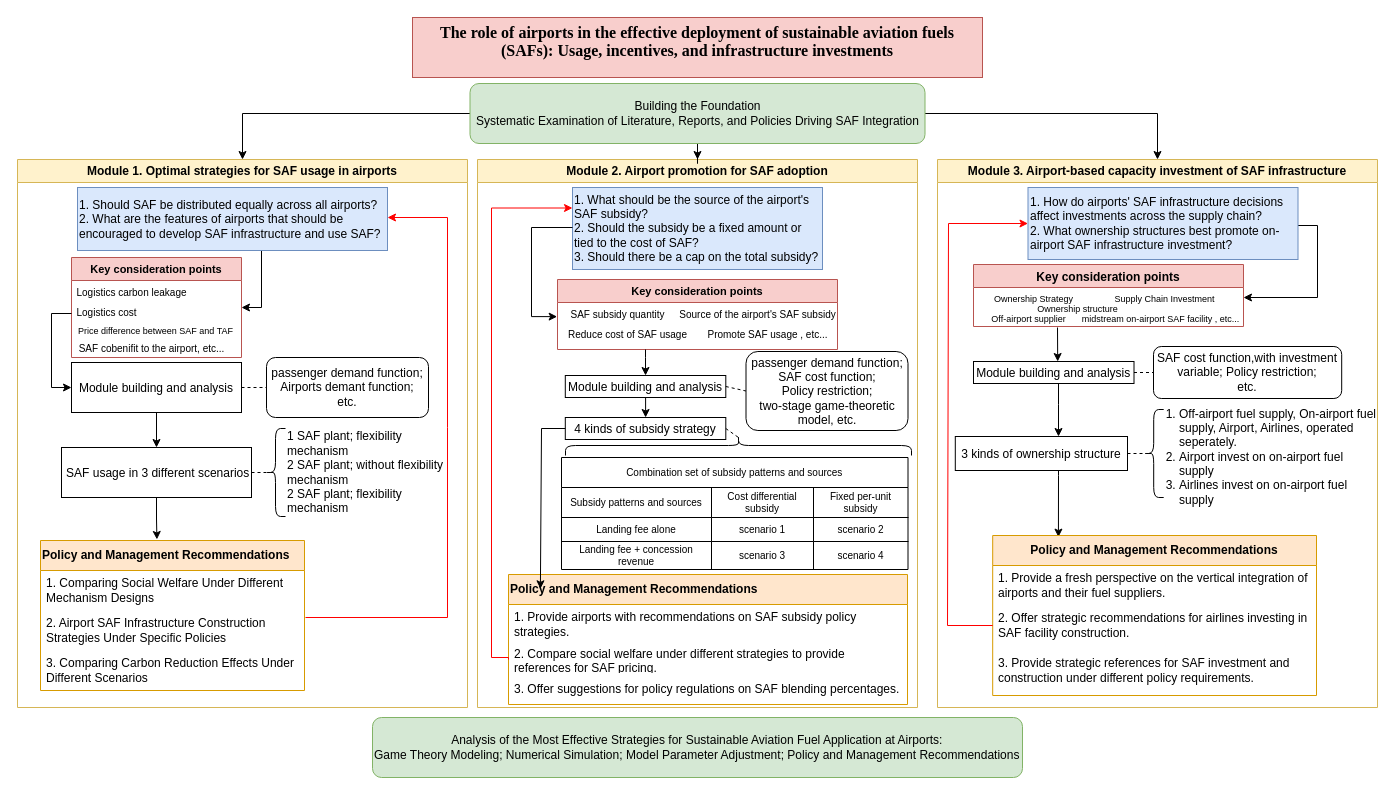
This is 技术路线图.drawio from HengfeiMa95/paper-reading, a draw.io file, before an edit. Source tidied: cells renumbered, new cells numbered last; positions are measured from the earlier drawing's top-left corner, leaving out a move shared by most shapes. Both pictures are drawn from the tidied source at 100%, with x=0, y=0 at pixel (17, 17).
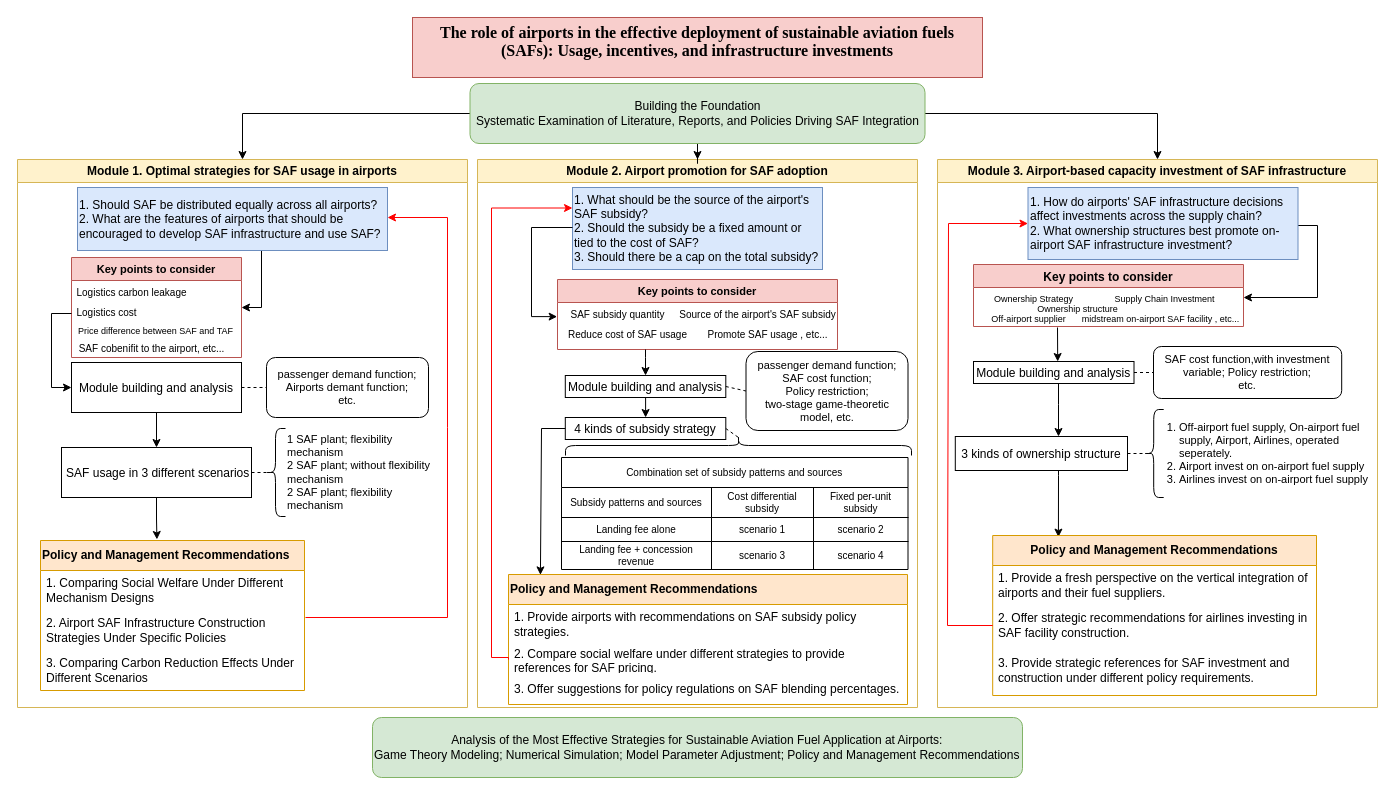
The same diagram, later.

Commit message (it also covers changes not shown here):
Update 技术路线图.drawio

Unchanged cells that the change refers to:
```xml
<mxCell id="2" value="Module 1. Optimal strategies for SAF usage in airports" style="swimlane;whiteSpace=wrap;fillColor=#fff2cc;strokeColor=#d6b656;" parent="1" vertex="1">
  <mxGeometry y="142" width="450" height="548" as="geometry" />
</mxCell>
<mxCell id="25" value="Module 2. Airport promotion for SAF adoption" style="swimlane;whiteSpace=wrap;fillColor=#fff2cc;strokeColor=#d6b656;" parent="1" vertex="1">
  <mxGeometry x="460" y="142" width="440" height="548" as="geometry" />
</mxCell>
<mxCell id="29" value="4 kinds of subsidy strategy" parent="25" vertex="1">
  <mxGeometry x="87.8" y="258" width="160.5" height="22" as="geometry" />
</mxCell>
<mxCell id="47" value="&lt;span style=&quot;font-weight: 700; text-align: -webkit-center;&quot;&gt;Policy and Management Recommendations&lt;/span&gt;" style="swimlane;fontStyle=0;horizontal=1;startSize=30;whiteSpace=wrap;html=1;align=left;verticalAlign=middle;fontFamily=Helvetica;fontSize=12;fillColor=#ffe6cc;strokeColor=#d79b00;" parent="25" vertex="1">
  <mxGeometry x="31" y="415" width="399" height="130" as="geometry" />
</mxCell>
<mxCell id="60" value="Module 3. Airport-based capacity investment of SAF infrastructure" style="swimlane;whiteSpace=wrap;fillColor=#fff2cc;strokeColor=#d6b656;" parent="1" vertex="1">
  <mxGeometry x="920" y="142" width="440" height="548" as="geometry" />
</mxCell>
```

What changed in the source:
```diff
@@
-    <mxCell id="6" value="passenger demand function;&lt;div&gt;Airports demant function;&lt;/div&gt;&lt;div&gt;etc.&lt;/div&gt;" style="rounded=1;whiteSpace=wrap;html=1;" parent="2" vertex="1">
+    <mxCell id="6" value="passenger demand function;&lt;div style=&quot;font-size: 11px;&quot;&gt;Airports demant function;&lt;/div&gt;&lt;div style=&quot;font-size: 11px;&quot;&gt;etc.&lt;/div&gt;" style="rounded=1;whiteSpace=wrap;html=1;fontSize=11;" parent="2" vertex="1">
       <mxGeometry x="249" y="198" width="162" height="60" as="geometry" />
     </mxCell>
@@
-    <mxCell id="18" value="&lt;span style=&quot;background-color: initial;&quot;&gt;1 SAF plant; flexibility mechanism&amp;nbsp;&lt;/span&gt;&lt;br&gt;&lt;span style=&quot;background-color: initial;&quot;&gt;2 SAF plant; without flexibility mechanism&lt;/span&gt;&lt;br&gt;&lt;span style=&quot;background-color: initial;&quot;&gt;2 SAF plant; flexibility mechanism&lt;/span&gt;" style="text;strokeColor=none;fillColor=none;html=1;whiteSpace=wrap;verticalAlign=middle;overflow=hidden;" parent="2" vertex="1">
+    <mxCell id="18" value="&lt;span style=&quot;background-color: initial; font-size: 11px;&quot;&gt;1 SAF plant; flexibility mechanism&amp;nbsp;&lt;/span&gt;&lt;br style=&quot;font-size: 11px;&quot;&gt;&lt;span style=&quot;background-color: initial; font-size: 11px;&quot;&gt;2 SAF plant; without flexibility mechanism&lt;/span&gt;&lt;br style=&quot;font-size: 11px;&quot;&gt;&lt;span style=&quot;background-color: initial; font-size: 11px;&quot;&gt;2 SAF plant; flexibility mechanism&lt;/span&gt;" style="text;strokeColor=none;fillColor=none;html=1;whiteSpace=wrap;verticalAlign=middle;overflow=hidden;fontSize=11;" parent="2" vertex="1">
       <mxGeometry x="268" y="252" width="162" height="122" as="geometry" />
     </mxCell>
-    <mxCell id="19" value="Key consideration points" style="swimlane;fillColor=#f8cecc;strokeColor=#b85450;fontSize=11;" parent="2" vertex="1">
+    <mxCell id="19" value="Key points to consider" style="swimlane;fillColor=#f8cecc;strokeColor=#b85450;fontSize=11;" parent="2" vertex="1">
       <mxGeometry x="54" y="98" width="170" height="100" as="geometry" />
     </mxCell>
@@
-    <mxCell id="30" value="passenger demand function;&lt;div&gt;SAF cost function;&lt;/div&gt;&lt;div&gt;Policy restriction;&lt;/div&gt;&lt;div&gt;two-stage game-theoretic model,&amp;nbsp;&lt;span style=&quot;background-color: initial;&quot;&gt;etc.&lt;/span&gt;&lt;/div&gt;" style="rounded=1;whiteSpace=wrap;html=1;" parent="25" vertex="1">
+    <mxCell id="30" value="passenger demand function;&lt;div style=&quot;font-size: 11px;&quot;&gt;SAF cost function;&lt;/div&gt;&lt;div style=&quot;font-size: 11px;&quot;&gt;Policy restriction;&lt;/div&gt;&lt;div style=&quot;font-size: 11px;&quot;&gt;two-stage game-theoretic model,&amp;nbsp;&lt;span style=&quot;background-color: initial; font-size: 11px;&quot;&gt;etc.&lt;/span&gt;&lt;/div&gt;" style="rounded=1;whiteSpace=wrap;html=1;fontSize=11;" parent="25" vertex="1">
       <mxGeometry x="268.5" y="192" width="162" height="79" as="geometry" />
     </mxCell>
@@
-    <mxCell id="53" style="endArrow=classic;html=1;rounded=0;fontFamily=Helvetica;fontSize=12;fontColor=default;entryX=0.033;entryY=-0.012;entryDx=0;entryDy=0;entryPerimeter=0;exitX=0;exitY=0.5;exitDx=0;exitDy=0;" parent="25" edge="1" source="29">
+    <mxCell id="53" style="endArrow=classic;html=1;rounded=0;fontFamily=Helvetica;fontSize=12;fontColor=default;exitX=0;exitY=0.5;exitDx=0;exitDy=0;entryX=0.08;entryY=0.003;entryDx=0;entryDy=0;entryPerimeter=0;" parent="25" edge="1" source="29" target="47">
       <mxGeometry relative="1" as="geometry">
-        <mxPoint x="62.9" y="429.3" as="targetPoint" />
         <Array as="points">
           <mxPoint x="64" y="269" />
         </Array>
       </mxGeometry>
     </mxCell>
-    <mxCell id="54" value="Key consideration points" style="swimlane;fillColor=#f8cecc;strokeColor=#b85450;fontSize=11;" parent="25" vertex="1">
+    <mxCell id="54" value="Key points to consider" style="swimlane;fillColor=#f8cecc;strokeColor=#b85450;fontSize=11;" parent="25" vertex="1">
       <mxGeometry x="80" y="120" width="280" height="70" as="geometry" />
     </mxCell>
@@
-    <mxCell id="65" value="SAF cost function,with investment variable; Policy restriction;&lt;br&gt;etc." style="rounded=1;whiteSpace=wrap;html=1;" parent="60" vertex="1">
+    <mxCell id="65" value="SAF cost function,with investment variable; Policy restriction;&lt;br style=&quot;font-size: 11px;&quot;&gt;etc." style="rounded=1;whiteSpace=wrap;html=1;fontSize=11;" parent="60" vertex="1">
       <mxGeometry x="216" y="187" width="188.2" height="52" as="geometry" />
     </mxCell>
@@
-    <mxCell id="69" value="&lt;ol&gt;&lt;li&gt;&lt;span style=&quot;background-color: initial;&quot;&gt;Off-airport fuel supply, On-airport fuel supply, Airport, Airlines, operated seperately.&lt;/span&gt;&lt;/li&gt;&lt;li&gt;&lt;span style=&quot;background-color: initial;&quot;&gt;Airport invest on on-airport fuel supply&lt;/span&gt;&lt;/li&gt;&lt;li&gt;&lt;span style=&quot;background-color: initial;&quot;&gt;Airlines invest on on-airport fuel supply&amp;nbsp;&lt;/span&gt;&lt;/li&gt;&lt;/ol&gt;" style="text;strokeColor=none;fillColor=none;html=1;whiteSpace=wrap;verticalAlign=middle;overflow=hidden;" parent="60" vertex="1">
+    <mxCell id="69" value="&lt;ol style=&quot;font-size: 11px;&quot;&gt;&lt;li style=&quot;font-size: 11px;&quot;&gt;&lt;span style=&quot;background-color: initial; font-size: 11px;&quot;&gt;Off-airport fuel supply, On-airport fuel supply, Airport, Airlines, operated seperately.&lt;/span&gt;&lt;/li&gt;&lt;li style=&quot;font-size: 11px;&quot;&gt;&lt;span style=&quot;background-color: initial; font-size: 11px;&quot;&gt;Airport invest on on-airport fuel supply&lt;/span&gt;&lt;/li&gt;&lt;li style=&quot;font-size: 11px;&quot;&gt;&lt;span style=&quot;background-color: initial; font-size: 11px;&quot;&gt;Airlines invest on on-airport fuel supply&amp;nbsp;&lt;/span&gt;&lt;/li&gt;&lt;/ol&gt;" style="text;strokeColor=none;fillColor=none;html=1;whiteSpace=wrap;verticalAlign=middle;overflow=hidden;fontSize=11;" parent="60" vertex="1">
       <mxGeometry x="200" y="233" width="240" height="122" as="geometry" />
     </mxCell>
@@
-    <mxCell id="77" value="Key consideration points" style="swimlane;fillColor=#f8cecc;strokeColor=#b85450;" parent="60" vertex="1">
+    <mxCell id="77" value="Key points to consider" style="swimlane;fillColor=#f8cecc;strokeColor=#b85450;" parent="60" vertex="1">
       <mxGeometry x="36" y="105" width="270" height="62" as="geometry" />
     </mxCell>
```
